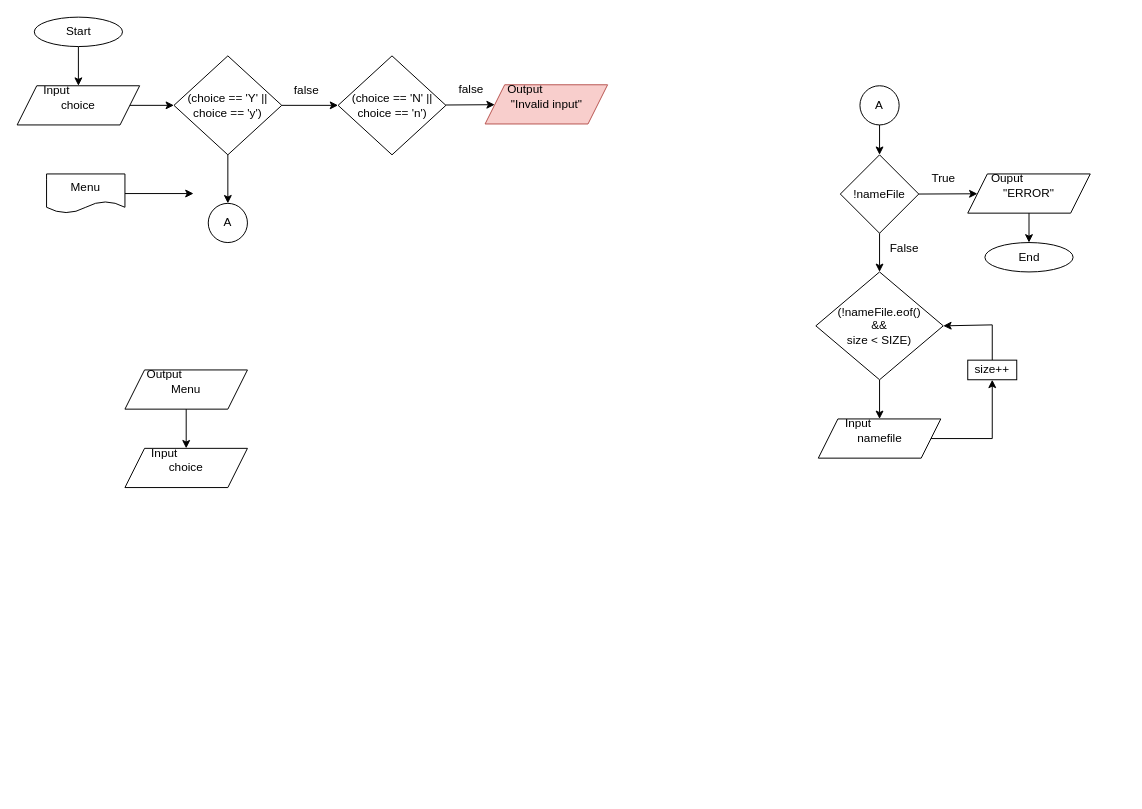
The draw.io diagram page "Page-2" (2 of 3) of Submission/sec02/Tupperware/classDiagram.drawio in jjn7702/SECJ2013-DSA, before the edit. Source tidied: cells renumbered, new cells numbered last; positions are measured from the earlier drawing's top-left corner, leaving out a move shared by most shapes. Both pictures are drawn from the tidied source at 98%, with x=0, y=0 at pixel (17, 17).
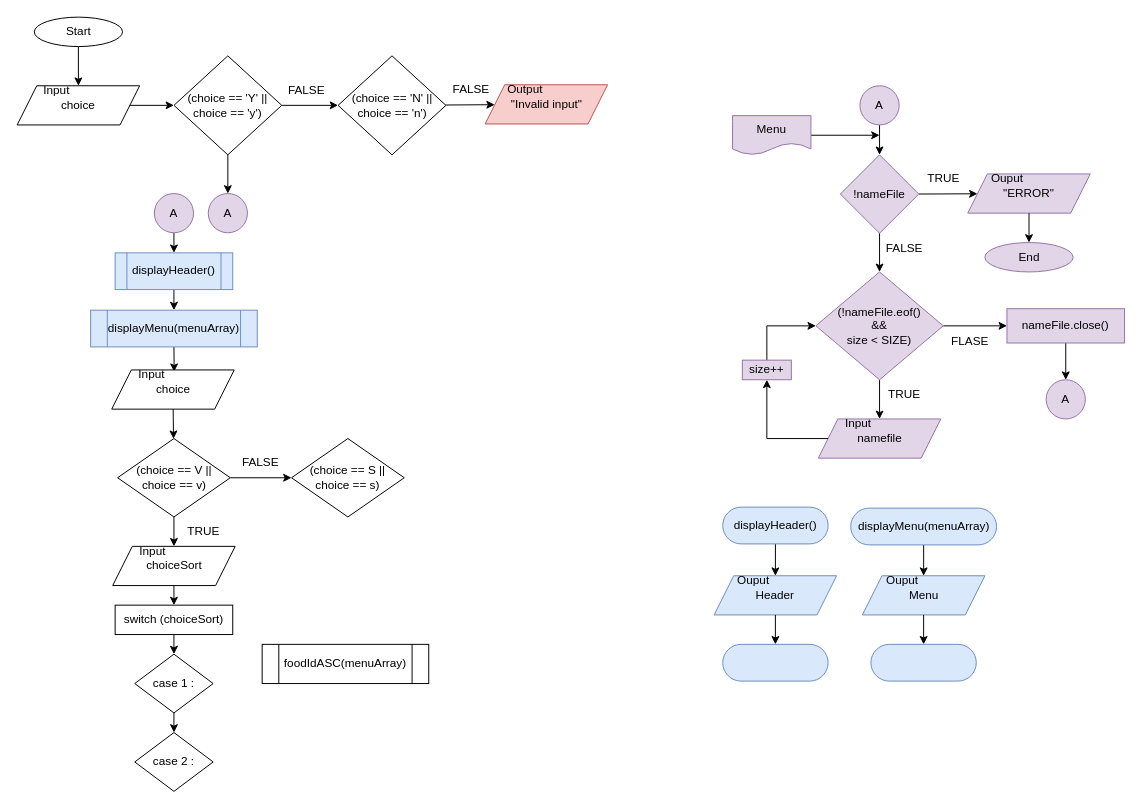
The same page after the edit.

What changed in the source:
```diff
@@
-    <mxCell id="4" style="group;" parent="1" vertex="1">
-      <mxGeometry x="110" y="350" width="125" height="50" as="geometry" />
-    </mxCell>
-    <mxCell id="5" value="Menu" style="shape=parallelogram;perimeter=parallelogramPerimeter;whiteSpace=wrap;html=1;fixedSize=1;fontColor=#000000;" parent="4" vertex="1">
-      <mxGeometry y="10" width="125" height="40" as="geometry" />
-    </mxCell>
-    <mxCell id="6" value="Output" style="text;html=1;align=center;verticalAlign=middle;strokeColor=none;fillColor=none;fontColor=#000000;" parent="4" vertex="1">
-      <mxGeometry x="10" width="60" height="30" as="geometry" />
-    </mxCell>
     <mxCell id="7" style="edgeStyle=none;html=1;exitX=1;exitY=0.5;exitDx=0;exitDy=0;fontColor=#000000;" parent="1" edge="1" source="8">
       <mxGeometry relative="1" as="geometry">
-        <mxPoint x="180" y="180" as="targetPoint" />
+        <mxPoint x="880" y="120.5" as="targetPoint" />
       </mxGeometry>
     </mxCell>
-    <mxCell id="8" value="Menu" style="shape=document;whiteSpace=wrap;html=1;boundedLbl=1;fontColor=#000000;" parent="1" vertex="1">
-      <mxGeometry x="30" y="160" width="80" height="40" as="geometry" />
+    <mxCell id="8" value="Menu" style="shape=document;whiteSpace=wrap;html=1;boundedLbl=1;fillColor=#e1d5e7;strokeColor=#9673a6;" parent="1" vertex="1">
+      <mxGeometry x="730" y="100.5" width="80" height="40" as="geometry" />
     </mxCell>
@@
-    <mxCell id="18" value="false" style="text;html=1;align=center;verticalAlign=middle;strokeColor=none;fillColor=none;fontColor=#000000;" parent="1" vertex="1">
-      <mxGeometry x="270" y="60" width="50" height="30" as="geometry" />
+    <mxCell id="18" value="FALSE" style="text;html=1;align=center;verticalAlign=middle;strokeColor=none;fillColor=none;fontColor=#000000;" parent="1" vertex="1">
+      <mxGeometry x="265" y="60" width="60" height="30" as="geometry" />
     </mxCell>
@@
-    <mxCell id="22" value="false" style="text;html=1;align=center;verticalAlign=middle;strokeColor=none;fillColor=none;fontColor=#000000;" parent="1" vertex="1">
-      <mxGeometry x="437.5" y="59" width="50" height="30" as="geometry" />
+    <mxCell id="22" value="FALSE" style="text;html=1;align=center;verticalAlign=middle;strokeColor=none;fillColor=none;fontColor=#000000;" parent="1" vertex="1">
+      <mxGeometry x="432.5" y="59" width="60" height="30" as="geometry" />
     </mxCell>
-    <mxCell id="23" style="group;" parent="1" vertex="1">
-      <mxGeometry x="110" y="430" width="125" height="50" as="geometry" />
-    </mxCell>
-    <mxCell id="24" value="choice" style="shape=parallelogram;perimeter=parallelogramPerimeter;whiteSpace=wrap;html=1;fixedSize=1;fontColor=#000000;" parent="23" vertex="1">
-      <mxGeometry y="10" width="125" height="40" as="geometry" />
-    </mxCell>
-    <mxCell id="25" value="Input" style="text;html=1;align=center;verticalAlign=middle;strokeColor=none;fillColor=none;fontColor=#000000;" parent="23" vertex="1">
-      <mxGeometry x="15" width="50" height="30" as="geometry" />
-    </mxCell>
-    <mxCell id="26" style="edgeStyle=none;html=1;exitX=0.5;exitY=1;exitDx=0;exitDy=0;fontColor=#000000;" parent="1" edge="1" source="5" target="24">
-      <mxGeometry relative="1" as="geometry" />
-    </mxCell>
-    <mxCell id="27" value="A" style="ellipse;whiteSpace=wrap;html=1;fontColor=#000000;" parent="1" vertex="1">
-      <mxGeometry x="195" y="190" width="40" height="40" as="geometry" />
+    <mxCell id="27" value="A" style="ellipse;whiteSpace=wrap;html=1;fillColor=#e1d5e7;strokeColor=#9673a6;" parent="1" vertex="1">
+      <mxGeometry x="195" y="180" width="40" height="40" as="geometry" />
     </mxCell>
-    <mxCell id="28" style="edgeStyle=none;html=1;exitX=0.5;exitY=1;exitDx=0;exitDy=0;fontColor=#000000;" parent="1" edge="1" source="29" target="32">
+    <mxCell id="28" style="edgeStyle=none;html=1;exitX=0.5;exitY=1;exitDx=0;exitDy=0;fontColor=#000000;fillColor=#e1d5e7;strokeColor=#000000;" parent="1" edge="1" source="29" target="32">
       <mxGeometry relative="1" as="geometry" />
     </mxCell>
-    <mxCell id="29" value="A" style="ellipse;whiteSpace=wrap;html=1;fontColor=#000000;" parent="1" vertex="1">
+    <mxCell id="29" value="A" style="ellipse;whiteSpace=wrap;html=1;fillColor=#e1d5e7;strokeColor=#9673a6;" parent="1" vertex="1">
       <mxGeometry x="860" y="70" width="40" height="40" as="geometry" />
     </mxCell>
-    <mxCell id="30" style="edgeStyle=none;html=1;exitX=1;exitY=0.5;exitDx=0;exitDy=0;fontColor=#000000;" parent="1" edge="1" source="32" target="34">
+    <mxCell id="30" style="edgeStyle=none;html=1;exitX=1;exitY=0.5;exitDx=0;exitDy=0;fontColor=#000000;fillColor=#e1d5e7;strokeColor=#000000;" parent="1" edge="1" source="32" target="34">
       <mxGeometry relative="1" as="geometry" />
     </mxCell>
-    <mxCell id="31" style="edgeStyle=none;html=1;fontColor=#000000;" parent="1" edge="1" source="32" target="38">
+    <mxCell id="31" style="edgeStyle=none;html=1;fontColor=#000000;fillColor=#e1d5e7;strokeColor=#000000;rounded=0;" parent="1" edge="1" source="32" target="38">
       <mxGeometry relative="1" as="geometry" />
     </mxCell>
-    <mxCell id="32" value="!nameFile" style="rhombus;whiteSpace=wrap;html=1;fontColor=#000000;" parent="1" vertex="1">
+    <mxCell id="32" value="!nameFile" style="rhombus;whiteSpace=wrap;html=1;fillColor=#e1d5e7;strokeColor=#9673a6;" parent="1" vertex="1">
       <mxGeometry x="840" y="140.5" width="80" height="80" as="geometry" />
     </mxCell>
-    <mxCell id="33" style="group;" parent="1" vertex="1">
+    <mxCell id="33" style="group;fillColor=none;strokeColor=none;" parent="1" vertex="1">
       <mxGeometry x="970" y="150" width="125" height="50" as="geometry" />
     </mxCell>
-    <mxCell id="34" value="&quot;ERROR&quot;" style="shape=parallelogram;perimeter=parallelogramPerimeter;whiteSpace=wrap;html=1;fixedSize=1;fontColor=#000000;" parent="33" vertex="1">
+    <mxCell id="34" value="&quot;ERROR&quot;" style="shape=parallelogram;perimeter=parallelogramPerimeter;whiteSpace=wrap;html=1;fixedSize=1;fillColor=#e1d5e7;strokeColor=#9673a6;" parent="33" vertex="1">
       <mxGeometry y="10" width="125" height="40" as="geometry" />
     </mxCell>
-    <mxCell id="35" value="Ouput" style="text;html=1;align=center;verticalAlign=middle;strokeColor=none;fillColor=none;fontColor=#000000;" parent="33" vertex="1">
+    <mxCell id="35" value="Ouput" style="text;html=1;align=center;verticalAlign=middle;strokeColor=none;fillColor=none;" parent="33" vertex="1">
       <mxGeometry x="10" width="60" height="30" as="geometry" />
     </mxCell>
-    <mxCell id="36" value="True" style="text;html=1;align=center;verticalAlign=middle;strokeColor=none;fillColor=none;fontColor=#000000;" parent="1" vertex="1">
-      <mxGeometry x="920" y="150" width="50" height="30" as="geometry" />
+    <mxCell id="36" value="TRUE" style="text;html=1;align=center;verticalAlign=middle;strokeColor=none;fillColor=none;" parent="1" vertex="1">
+      <mxGeometry x="915" y="150" width="60" height="30" as="geometry" />
     </mxCell>
-    <mxCell id="37" style="edgeStyle=none;html=1;fontColor=#000000;" parent="1" edge="1" source="38" target="43">
+    <mxCell id="37" style="edgeStyle=none;html=1;fontColor=#000000;fillColor=#e1d5e7;strokeColor=#000000;" parent="1" edge="1" source="38" target="43">
       <mxGeometry relative="1" as="geometry" />
     </mxCell>
+    <mxCell id="48" style="edgeStyle=none;rounded=0;html=1;exitX=1;exitY=0.5;exitDx=0;exitDy=0;entryX=0;entryY=0.5;entryDx=0;entryDy=0;strokeColor=#000000;fontColor=#000000;" parent="1" edge="1" source="38" target="52">
+      <mxGeometry relative="1" as="geometry" />
+    </mxCell>
-    <mxCell id="38" value="(!nameFile.eof()&lt;br&gt;&amp;amp;&amp;amp;&lt;br&gt;size &amp;lt; SIZE)" style="rhombus;whiteSpace=wrap;html=1;fontColor=#000000;" parent="1" vertex="1">
+    <mxCell id="38" value="(!nameFile.eof()&lt;br&gt;&amp;amp;&amp;amp;&lt;br&gt;size &amp;lt; SIZE)" style="rhombus;whiteSpace=wrap;html=1;fillColor=#e1d5e7;strokeColor=#9673a6;" parent="1" vertex="1">
       <mxGeometry x="815" y="260" width="130" height="110" as="geometry" />
     </mxCell>
-    <mxCell id="39" value="End" style="ellipse;whiteSpace=wrap;html=1;fontColor=#000000;" parent="1" vertex="1">
+    <mxCell id="39" value="End" style="ellipse;whiteSpace=wrap;html=1;fillColor=#e1d5e7;strokeColor=#9673a6;" parent="1" vertex="1">
       <mxGeometry x="987.5" y="230" width="90" height="30" as="geometry" />
     </mxCell>
-    <mxCell id="40" style="edgeStyle=none;html=1;fontColor=#000000;" parent="1" edge="1" source="34" target="39">
+    <mxCell id="40" style="edgeStyle=none;html=1;fontColor=#000000;fillColor=#e1d5e7;strokeColor=#000000;" parent="1" edge="1" source="34" target="39">
       <mxGeometry relative="1" as="geometry" />
     </mxCell>
-    <mxCell id="41" value="False" style="text;html=1;align=center;verticalAlign=middle;strokeColor=none;fillColor=none;fontColor=#000000;" parent="1" vertex="1">
-      <mxGeometry x="880" y="220.5" width="50" height="30" as="geometry" />
+    <mxCell id="41" value="FALSE" style="text;html=1;align=center;verticalAlign=middle;strokeColor=none;fillColor=none;" parent="1" vertex="1">
+      <mxGeometry x="875" y="220.5" width="60" height="30" as="geometry" />
     </mxCell>
-    <mxCell id="42" style="group;" parent="1" vertex="1">
+    <mxCell id="42" style="group;fillColor=none;strokeColor=none;" parent="1" vertex="1">
       <mxGeometry x="817.5" y="400" width="125" height="50" as="geometry" />
     </mxCell>
-    <mxCell id="43" value="namefile" style="shape=parallelogram;perimeter=parallelogramPerimeter;whiteSpace=wrap;html=1;fixedSize=1;fontColor=#000000;" parent="42" vertex="1">
+    <mxCell id="43" value="namefile" style="shape=parallelogram;perimeter=parallelogramPerimeter;whiteSpace=wrap;html=1;fixedSize=1;fillColor=#e1d5e7;strokeColor=#9673a6;" parent="42" vertex="1">
       <mxGeometry y="10" width="125" height="40" as="geometry" />
     </mxCell>
-    <mxCell id="44" value="Input" style="text;html=1;align=center;verticalAlign=middle;strokeColor=none;fillColor=none;fontColor=#000000;" parent="42" vertex="1">
+    <mxCell id="44" value="Input" style="text;html=1;align=center;verticalAlign=middle;strokeColor=none;fillColor=none;" parent="42" vertex="1">
       <mxGeometry x="15" width="50" height="30" as="geometry" />
     </mxCell>
-    <mxCell id="45" style="edgeStyle=none;rounded=0;html=1;exitX=0.5;exitY=0;exitDx=0;exitDy=0;fontColor=#000000;entryX=1;entryY=0.5;entryDx=0;entryDy=0;" parent="1" edge="1" source="46" target="38">
+    <mxCell id="45" style="edgeStyle=none;rounded=0;html=1;exitX=0.5;exitY=0;exitDx=0;exitDy=0;fontColor=#000000;entryX=0;entryY=0.5;entryDx=0;entryDy=0;fillColor=#e1d5e7;strokeColor=#000000;" parent="1" edge="1" source="46" target="38">
       <mxGeometry relative="1" as="geometry">
         <Array as="points">
-          <mxPoint x="995" y="314" />
+          <mxPoint x="765" y="315" />
         </Array>
       </mxGeometry>
     </mxCell>
-    <mxCell id="46" value="size++" style="whiteSpace=wrap;html=1;fontColor=#000000;" parent="1" vertex="1">
-      <mxGeometry x="970" y="350" width="50" height="20" as="geometry" />
+    <mxCell id="46" value="size++" style="whiteSpace=wrap;html=1;fillColor=#e1d5e7;strokeColor=#9673a6;" parent="1" vertex="1">
+      <mxGeometry x="740" y="350" width="50" height="20" as="geometry" />
     </mxCell>
+    <mxCell id="49" value="TRUE" style="text;html=1;align=center;verticalAlign=middle;strokeColor=none;fillColor=none;" parent="1" vertex="1">
+      <mxGeometry x="875" y="370" width="60" height="30" as="geometry" />
+    </mxCell>
-    <mxCell id="47" style="edgeStyle=none;html=1;exitX=1;exitY=0.5;exitDx=0;exitDy=0;entryX=0.5;entryY=1;entryDx=0;entryDy=0;fontColor=#000000;rounded=0;" parent="1" edge="1" source="43" target="46">
+    <mxCell id="47" style="edgeStyle=none;rounded=0;html=1;exitX=0;exitY=0.5;exitDx=0;exitDy=0;entryX=0.5;entryY=1;entryDx=0;entryDy=0;fontColor=#000000;fillColor=#e1d5e7;strokeColor=#000000;" parent="1" edge="1" source="43" target="46">
       <mxGeometry relative="1" as="geometry">
         <Array as="points">
-          <mxPoint x="995" y="430" />
+          <mxPoint x="765" y="430" />
         </Array>
       </mxGeometry>
     </mxCell>
+    <mxCell id="50" value="A" style="ellipse;whiteSpace=wrap;html=1;fillColor=#e1d5e7;strokeColor=#9673a6;" parent="1" vertex="1">
+      <mxGeometry x="1050" y="370" width="40" height="40" as="geometry" />
+    </mxCell>
+    <mxCell id="51" style="edgeStyle=none;rounded=0;html=1;strokeColor=#000000;fontColor=#000000;" parent="1" edge="1" source="52" target="50">
+      <mxGeometry relative="1" as="geometry" />
+    </mxCell>
+    <mxCell id="52" value="nameFile.close()" style="whiteSpace=wrap;html=1;fillColor=#e1d5e7;strokeColor=#9673a6;" parent="1" vertex="1">
+      <mxGeometry x="1010" y="297.5" width="120" height="35" as="geometry" />
+    </mxCell>
+    <mxCell id="53" value="FLASE" style="text;html=1;align=center;verticalAlign=middle;strokeColor=none;fillColor=none;" parent="1" vertex="1">
+      <mxGeometry x="941.5" y="316" width="60" height="30" as="geometry" />
+    </mxCell>
+    <mxCell id="54" style="edgeStyle=none;rounded=0;html=1;strokeColor=#000000;fontColor=#000000;" parent="1" edge="1" source="55" target="57">
+      <mxGeometry relative="1" as="geometry" />
+    </mxCell>
+    <mxCell id="55" value="displayHeader()" style="shape=process;whiteSpace=wrap;html=1;backgroundOutline=1;labelBackgroundColor=none;fillColor=#dae8fc;strokeColor=#6c8ebf;" parent="1" vertex="1">
+      <mxGeometry x="100" y="240.5" width="120" height="37.5" as="geometry" />
+    </mxCell>
+    <mxCell id="56" style="edgeStyle=none;rounded=0;html=1;exitX=0.5;exitY=1;exitDx=0;exitDy=0;entryX=0.974;entryY=0.396;entryDx=0;entryDy=0;entryPerimeter=0;strokeColor=#000000;fontColor=#000000;" parent="1" edge="1" source="57" target="74">
+      <mxGeometry relative="1" as="geometry" />
+    </mxCell>
+    <mxCell id="57" value="displayMenu(menuArray)" style="shape=process;whiteSpace=wrap;html=1;backgroundOutline=1;labelBackgroundColor=none;fillColor=#dae8fc;strokeColor=#6c8ebf;" parent="1" vertex="1">
+      <mxGeometry x="75" y="299" width="170" height="37.5" as="geometry" />
+    </mxCell>
+    <mxCell id="58" style="edgeStyle=none;rounded=0;html=1;strokeColor=#000000;fontColor=#000000;" parent="1" edge="1" source="59" target="55">
+      <mxGeometry relative="1" as="geometry" />
+    </mxCell>
+    <mxCell id="59" value="A" style="ellipse;whiteSpace=wrap;html=1;fillColor=#e1d5e7;strokeColor=#9673a6;" parent="1" vertex="1">
+      <mxGeometry x="140" y="180" width="40" height="40" as="geometry" />
+    </mxCell>
+    <mxCell id="60" style="edgeStyle=none;rounded=0;html=1;exitX=0.5;exitY=1;exitDx=0;exitDy=0;strokeColor=#000000;fontColor=#000000;" parent="1" edge="1" source="61" target="65">
+      <mxGeometry relative="1" as="geometry" />
+    </mxCell>
+    <mxCell id="61" value="displayHeader()" style="rounded=1;whiteSpace=wrap;html=1;glass=0;labelBackgroundColor=none;fillColor=#dae8fc;arcSize=50;strokeColor=#6c8ebf;" parent="1" vertex="1">
+      <mxGeometry x="720" y="500" width="107.5" height="37.5" as="geometry" />
+    </mxCell>
+    <mxCell id="62" style="edgeStyle=none;rounded=0;html=1;exitX=0.5;exitY=1;exitDx=0;exitDy=0;strokeColor=#000000;fontColor=#000000;" parent="1" edge="1" source="63" target="5">
+      <mxGeometry relative="1" as="geometry" />
+    </mxCell>
+    <mxCell id="63" value="displayMenu(menuArray)" style="rounded=1;whiteSpace=wrap;html=1;glass=0;labelBackgroundColor=none;fillColor=#dae8fc;arcSize=50;strokeColor=#6c8ebf;" parent="1" vertex="1">
+      <mxGeometry x="850.6" y="501" width="148.8" height="37.5" as="geometry" />
+    </mxCell>
+    <mxCell id="64" style="group;fillColor=none;strokeColor=none;" parent="1" vertex="1">
+      <mxGeometry x="711.2" y="560" width="125" height="50" as="geometry" />
+    </mxCell>
+    <mxCell id="65" value="Header" style="shape=parallelogram;perimeter=parallelogramPerimeter;whiteSpace=wrap;html=1;fixedSize=1;fillColor=#dae8fc;strokeColor=#6c8ebf;" parent="64" vertex="1">
+      <mxGeometry y="10" width="125" height="40" as="geometry" />
+    </mxCell>
+    <mxCell id="66" value="Ouput" style="text;html=1;align=center;verticalAlign=middle;strokeColor=none;fillColor=none;" parent="64" vertex="1">
+      <mxGeometry x="10" width="60" height="30" as="geometry" />
+    </mxCell>
+    <mxCell id="67" style="group;fillColor=none;strokeColor=none;" parent="1" vertex="1">
+      <mxGeometry x="862.5" y="560" width="125" height="50" as="geometry" />
+    </mxCell>
+    <mxCell id="5" value="Menu" style="shape=parallelogram;perimeter=parallelogramPerimeter;whiteSpace=wrap;html=1;fixedSize=1;fillColor=#dae8fc;strokeColor=#6c8ebf;" parent="67" vertex="1">
+      <mxGeometry y="10" width="125" height="40" as="geometry" />
+    </mxCell>
+    <mxCell id="68" value="Ouput" style="text;html=1;align=center;verticalAlign=middle;strokeColor=none;fillColor=none;" parent="67" vertex="1">
+      <mxGeometry x="10" width="60" height="30" as="geometry" />
+    </mxCell>
+    <mxCell id="69" style="rounded=1;whiteSpace=wrap;html=1;glass=0;labelBackgroundColor=none;fillColor=#dae8fc;arcSize=50;strokeColor=#6c8ebf;" parent="1" vertex="1">
+      <mxGeometry x="871.2" y="640" width="107.5" height="37.5" as="geometry" />
+    </mxCell>
+    <mxCell id="70" style="edgeStyle=none;rounded=0;html=1;strokeColor=#000000;fontColor=#000000;" parent="1" edge="1" source="5" target="69">
+      <mxGeometry relative="1" as="geometry" />
+    </mxCell>
+    <mxCell id="71" style="rounded=1;whiteSpace=wrap;html=1;glass=0;labelBackgroundColor=none;fillColor=#dae8fc;arcSize=50;strokeColor=#6c8ebf;" parent="1" vertex="1">
+      <mxGeometry x="720" y="640" width="107.5" height="37.5" as="geometry" />
+    </mxCell>
+    <mxCell id="72" style="edgeStyle=none;rounded=0;html=1;strokeColor=#000000;fontColor=#000000;" parent="1" edge="1" source="65" target="71">
+      <mxGeometry relative="1" as="geometry" />
+    </mxCell>
+    <mxCell id="73" style="group;" parent="1" vertex="1">
+      <mxGeometry x="96.5" y="350" width="125" height="50" as="geometry" />
+    </mxCell>
+    <mxCell id="24" value="choice" style="shape=parallelogram;perimeter=parallelogramPerimeter;whiteSpace=wrap;html=1;fixedSize=1;fontColor=#000000;" parent="73" vertex="1">
+      <mxGeometry y="10" width="125" height="40" as="geometry" />
+    </mxCell>
+    <mxCell id="74" value="Input" style="text;html=1;align=center;verticalAlign=middle;points=[];strokeColor=none;fillColor=none;fontColor=#000000;" parent="73" vertex="1">
+      <mxGeometry x="15" width="50" height="30" as="geometry" />
+    </mxCell>
+    <mxCell id="75" style="edgeStyle=none;rounded=0;html=1;strokeColor=#000000;fontColor=#000000;" parent="1" edge="1" source="77" target="79">
+      <mxGeometry relative="1" as="geometry" />
+    </mxCell>
+    <mxCell id="76" style="edgeStyle=none;rounded=0;html=1;exitX=0.5;exitY=1;exitDx=0;exitDy=0;strokeColor=#000000;fontColor=#000000;" parent="1" edge="1" source="77" target="82">
+      <mxGeometry relative="1" as="geometry" />
+    </mxCell>
+    <mxCell id="77" value="(choice == V ||&lt;br&gt;choice == v)" style="rhombus;whiteSpace=wrap;html=1;rounded=0;glass=0;labelBackgroundColor=none;fontColor=#000000;fillColor=default;" parent="1" vertex="1">
+      <mxGeometry x="102.5" y="430" width="115" height="80" as="geometry" />
+    </mxCell>
+    <mxCell id="78" style="edgeStyle=none;rounded=0;html=1;strokeColor=#000000;fontColor=#000000;" parent="1" edge="1" source="24" target="77">
+      <mxGeometry relative="1" as="geometry" />
+    </mxCell>
+    <mxCell id="79" value="(choice == S ||&lt;br&gt;choice == s)" style="rhombus;whiteSpace=wrap;html=1;rounded=0;glass=0;labelBackgroundColor=none;fontColor=#000000;fillColor=default;" parent="1" vertex="1">
+      <mxGeometry x="280" y="430" width="115" height="80" as="geometry" />
+    </mxCell>
+    <mxCell id="80" value="FALSE" style="text;html=1;align=center;verticalAlign=middle;strokeColor=none;fillColor=none;fontColor=#000000;" parent="1" vertex="1">
+      <mxGeometry x="217.5" y="440" width="60" height="30" as="geometry" />
+    </mxCell>
+    <mxCell id="81" style="group;" parent="1" vertex="1">
+      <mxGeometry x="97.5" y="530" width="125" height="50" as="geometry" />
+    </mxCell>
+    <mxCell id="82" value="choiceSort" style="shape=parallelogram;perimeter=parallelogramPerimeter;whiteSpace=wrap;html=1;fixedSize=1;fontColor=#000000;" parent="81" vertex="1">
+      <mxGeometry y="10" width="125" height="40" as="geometry" />
+    </mxCell>
+    <mxCell id="83" value="Input" style="text;html=1;align=center;verticalAlign=middle;strokeColor=none;fillColor=none;fontColor=#000000;" parent="81" vertex="1">
+      <mxGeometry x="15" width="50" height="30" as="geometry" />
+    </mxCell>
+    <mxCell id="84" value="TRUE" style="text;html=1;align=center;verticalAlign=middle;strokeColor=none;fillColor=none;fontColor=#000000;" parent="81" vertex="1">
+      <mxGeometry x="62.5" y="-20" width="60" height="30" as="geometry" />
+    </mxCell>
+    <mxCell id="85" style="edgeStyle=none;rounded=0;html=1;exitX=0.5;exitY=1;exitDx=0;exitDy=0;entryX=0.5;entryY=0;entryDx=0;entryDy=0;strokeColor=#000000;fontColor=#000000;" parent="1" edge="1" source="86" target="89">
+      <mxGeometry relative="1" as="geometry" />
+    </mxCell>
+    <mxCell id="86" value="switch (choiceSort)" style="whiteSpace=wrap;html=1;rounded=0;glass=0;labelBackgroundColor=none;fontColor=#000000;fillColor=default;" parent="1" vertex="1">
+      <mxGeometry x="100" y="600" width="120" height="30" as="geometry" />
+    </mxCell>
+    <mxCell id="87" style="edgeStyle=none;rounded=0;html=1;strokeColor=#000000;fontColor=#000000;" parent="1" edge="1" source="82" target="86">
+      <mxGeometry relative="1" as="geometry" />
+    </mxCell>
+    <mxCell id="88" style="edgeStyle=none;rounded=0;html=1;strokeColor=#000000;fontColor=#000000;" parent="1" edge="1" source="89" target="90">
+      <mxGeometry relative="1" as="geometry" />
+    </mxCell>
+    <mxCell id="89" value="case 1 :" style="rhombus;whiteSpace=wrap;html=1;rounded=0;glass=0;labelBackgroundColor=none;fontColor=#000000;fillColor=default;" parent="1" vertex="1">
+      <mxGeometry x="120" y="650" width="80" height="60" as="geometry" />
+    </mxCell>
+    <mxCell id="90" value="case 2 :" style="rhombus;whiteSpace=wrap;html=1;rounded=0;glass=0;labelBackgroundColor=none;fontColor=#000000;fillColor=default;" parent="1" vertex="1">
+      <mxGeometry x="120" y="730" width="80" height="60" as="geometry" />
+    </mxCell>
+    <mxCell id="91" value="foodIdASC(menuArray)" style="shape=process;whiteSpace=wrap;html=1;backgroundOutline=1;rounded=0;glass=0;labelBackgroundColor=none;fontColor=#000000;fillColor=default;" parent="1" vertex="1">
+      <mxGeometry x="250" y="640" width="170" height="40" as="geometry" />
+    </mxCell>
```
